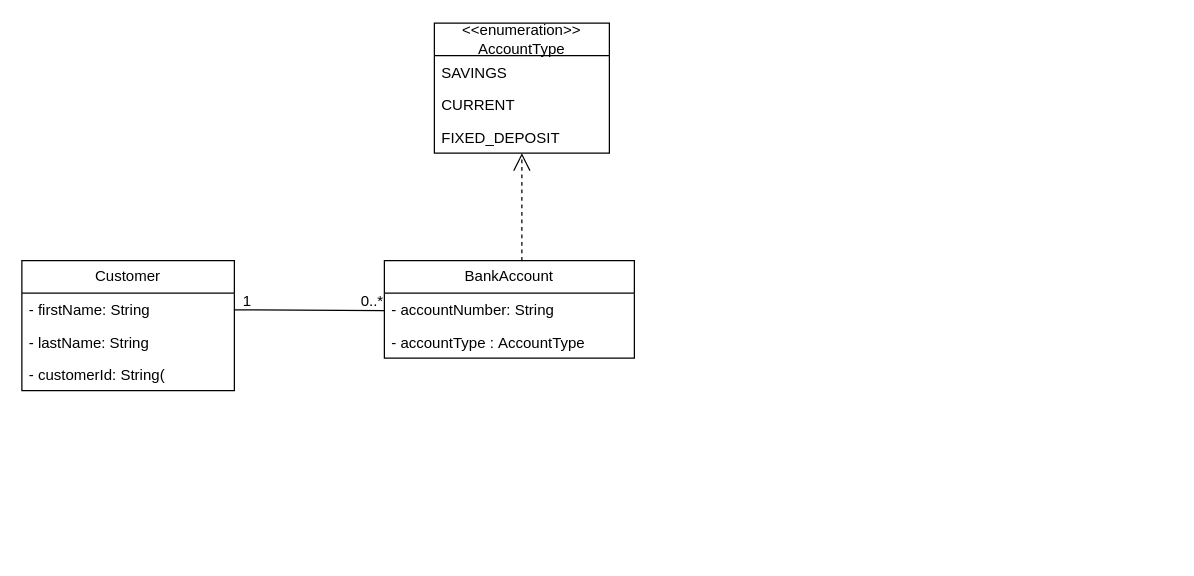
prakashbtech87/aaaaaaaaaaaPrakashDrawIORepo keeps this draw.io diagram as page "BankAccountManagement" (11 of 12) of UML Diagram/Practice.drawio. Above is the earlier version. Source tidied: cells renumbered, new cells numbered last; positions are measured from the earlier drawing's top-left corner, leaving out a move shared by most shapes. Both pictures are drawn from the tidied source at 125%, with x=0, y=0 at pixel (21, 22).
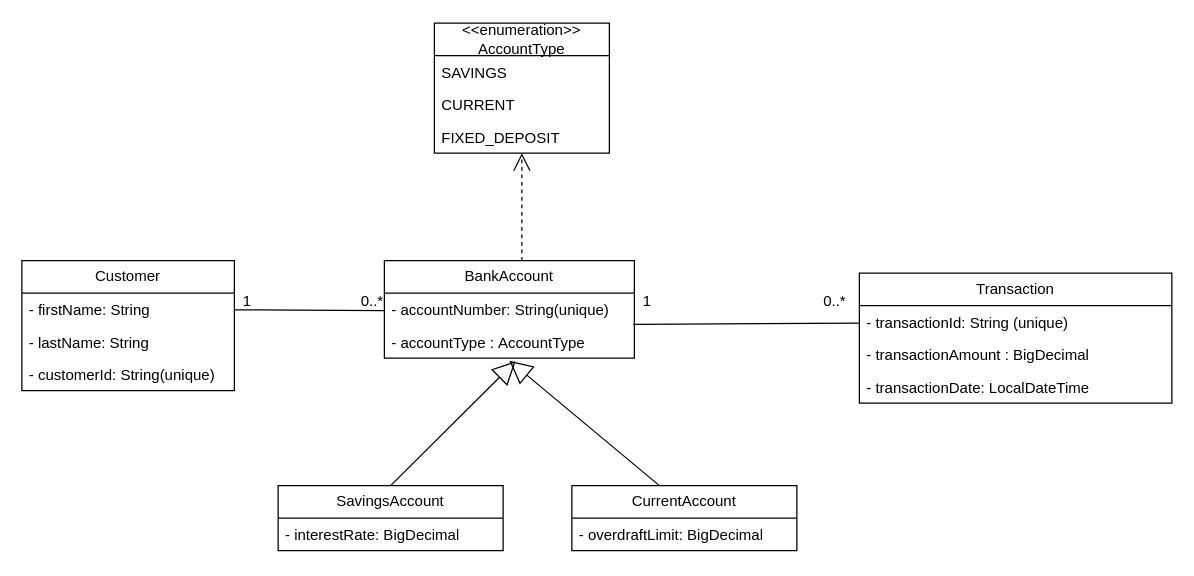
Above is the later version.

The change refers to these unchanged cells:
```xml
<mxCell id="2" value="Customer" style="swimlane;fontStyle=0;horizontal=1;startSize=26;fillColor=none;whiteSpace=wrap;html=1;" parent="1" vertex="1">
  <mxGeometry y="190" width="170" height="104" as="geometry" />
</mxCell>
<mxCell id="6" value="BankAccount" style="swimlane;fontStyle=0;horizontal=1;startSize=26;fillColor=none;whiteSpace=wrap;html=1;" parent="1" vertex="1">
  <mxGeometry x="290" y="190" width="200" height="78" as="geometry" />
</mxCell>
<mxCell id="8" value="- accountType :&amp;nbsp;&lt;span style=&quot;text-align: center;&quot;&gt;AccountType&lt;/span&gt;" style="text;strokeColor=none;fillColor=none;align=left;verticalAlign=top;spacingLeft=4;spacingRight=4;overflow=hidden;points=[[0,0.5],[1,0.5]];portConstraint=eastwest;whiteSpace=wrap;html=1;" parent="6" vertex="1">
  <mxGeometry y="52" width="200" height="26" as="geometry" />
</mxCell>
```

Diff of the diagram source:
```diff
@@
-    <mxCell id="5" value="- customerId: String(" style="text;strokeColor=none;fillColor=none;align=left;verticalAlign=top;spacingLeft=4;spacingRight=4;overflow=hidden;whiteSpace=wrap;html=1;" parent="2" vertex="1">
+    <mxCell id="5" value="- customerId: String(unique)" style="text;strokeColor=none;fillColor=none;align=left;verticalAlign=top;spacingLeft=4;spacingRight=4;overflow=hidden;whiteSpace=wrap;html=1;" parent="2" vertex="1">
       <mxGeometry y="78" width="170" height="26" as="geometry" />
     </mxCell>
@@
-    <mxCell id="7" value="- accountNumber: String" style="text;strokeColor=none;fillColor=none;align=left;verticalAlign=top;spacingLeft=4;spacingRight=4;overflow=hidden;whiteSpace=wrap;html=1;" parent="6" vertex="1">
+    <mxCell id="7" value="- accountNumber: String(unique)" style="text;strokeColor=none;fillColor=none;align=left;verticalAlign=top;spacingLeft=4;spacingRight=4;overflow=hidden;whiteSpace=wrap;html=1;" parent="6" vertex="1">
       <mxGeometry y="26" width="200" height="26" as="geometry" />
     </mxCell>
@@
+    <mxCell id="17" value="SavingsAccount" style="swimlane;fontStyle=0;horizontal=1;startSize=26;fillColor=none;whiteSpace=wrap;html=1;" parent="1" vertex="1">
+      <mxGeometry x="205" y="370" width="180" height="52" as="geometry" />
+    </mxCell>
+    <mxCell id="18" value="- interestRate: BigDecimal" style="text;strokeColor=none;fillColor=none;align=left;verticalAlign=top;spacingLeft=4;spacingRight=4;overflow=hidden;whiteSpace=wrap;html=1;" parent="17" vertex="1">
+      <mxGeometry y="26" width="180" height="26" as="geometry" />
+    </mxCell>
+    <mxCell id="19" value="CurrentAccount" style="swimlane;fontStyle=0;horizontal=1;startSize=26;fillColor=none;whiteSpace=wrap;html=1;" parent="1" vertex="1">
+      <mxGeometry x="440" y="370" width="180" height="52" as="geometry" />
+    </mxCell>
+    <mxCell id="20" value="- overdraftLimit: BigDecimal" style="text;strokeColor=none;fillColor=none;align=left;verticalAlign=top;spacingLeft=4;spacingRight=4;overflow=hidden;whiteSpace=wrap;html=1;" parent="19" vertex="1">
+      <mxGeometry y="26" width="180" height="26" as="geometry" />
+    </mxCell>
+    <mxCell id="21" style="endArrow=block;endSize=16;endFill=0;html=1;rounded=0;exitX=0.5;exitY=0;exitDx=0;exitDy=0;entryX=0.525;entryY=1.096;entryDx=0;entryDy=0;entryPerimeter=0;" parent="1" edge="1" source="17" target="8">
+      <mxGeometry relative="1" as="geometry" />
+    </mxCell>
+    <mxCell id="22" style="endArrow=block;endSize=16;endFill=0;html=1;rounded=0;exitX=0.389;exitY=0;exitDx=0;exitDy=0;exitPerimeter=0;" parent="1" edge="1" source="19">
+      <mxGeometry relative="1" as="geometry">
+        <mxPoint x="390" y="270" as="targetPoint" />
+      </mxGeometry>
+    </mxCell>
+    <mxCell id="23" value="Transaction" style="swimlane;fontStyle=0;horizontal=1;startSize=26;fillColor=none;whiteSpace=wrap;html=1;" parent="1" vertex="1">
+      <mxGeometry x="670" y="200" width="250" height="104" as="geometry" />
+    </mxCell>
+    <mxCell id="24" value="- transactionId: String (unique)" style="text;strokeColor=none;fillColor=none;align=left;verticalAlign=top;spacingLeft=4;spacingRight=4;overflow=hidden;whiteSpace=wrap;html=1;" parent="23" vertex="1">
+      <mxGeometry y="26" width="250" height="26" as="geometry" />
+    </mxCell>
+    <mxCell id="25" value="- transactionAmount : BigDecimal" style="text;strokeColor=none;fillColor=none;align=left;verticalAlign=top;spacingLeft=4;spacingRight=4;overflow=hidden;whiteSpace=wrap;html=1;" parent="23" vertex="1">
+      <mxGeometry y="52" width="250" height="26" as="geometry" />
+    </mxCell>
+    <mxCell id="26" value="- transactionDate: LocalDateTime" style="text;strokeColor=none;fillColor=none;align=left;verticalAlign=top;spacingLeft=4;spacingRight=4;overflow=hidden;whiteSpace=wrap;html=1;" parent="23" vertex="1">
+      <mxGeometry y="78" width="250" height="26" as="geometry" />
+    </mxCell>
+    <mxCell id="27" style="endArrow=none;html=1;rounded=0;exitX=0.995;exitY=-0.038;exitDx=0;exitDy=0;exitPerimeter=0;" parent="1" edge="1" source="8">
+      <mxGeometry relative="1" as="geometry">
+        <mxPoint x="670" y="240" as="targetPoint" />
+      </mxGeometry>
+    </mxCell>
+    <mxCell id="28" value="1" style="text;html=1;align=center;verticalAlign=middle;strokeColor=none;fillColor=none;" parent="1" vertex="1">
+      <mxGeometry x="485" y="208" width="30" height="30" as="geometry" />
+    </mxCell>
+    <mxCell id="29" value="0..*" style="text;html=1;align=center;verticalAlign=middle;strokeColor=none;fillColor=none;" parent="1" vertex="1">
+      <mxGeometry x="630" y="208" width="40" height="30" as="geometry" />
+    </mxCell>
```
